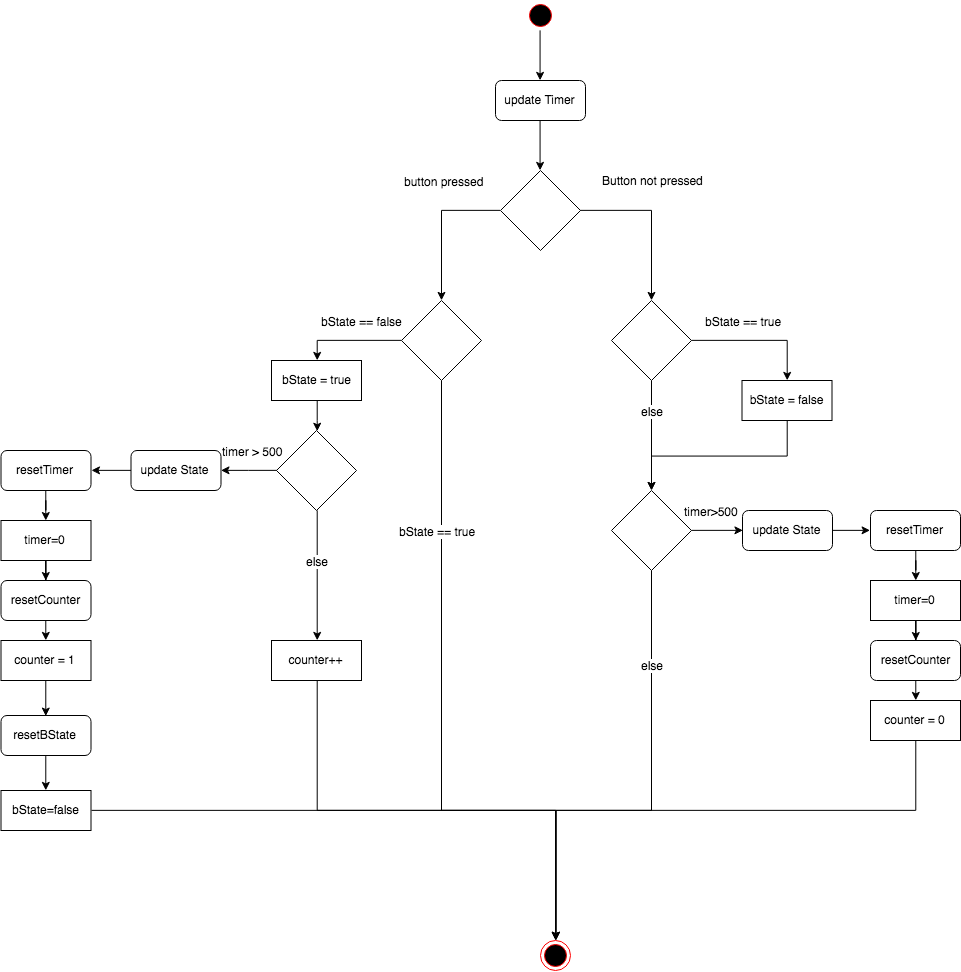
LucasCoraca/M365-Unlocked keeps this draw.io diagram as doc/classes/ActionButton.png. Above is the earlier version. Source tidied: cells renumbered, new cells last; positions are measured from the earlier drawing's top-left corner, leaving out a move shared by most shapes.
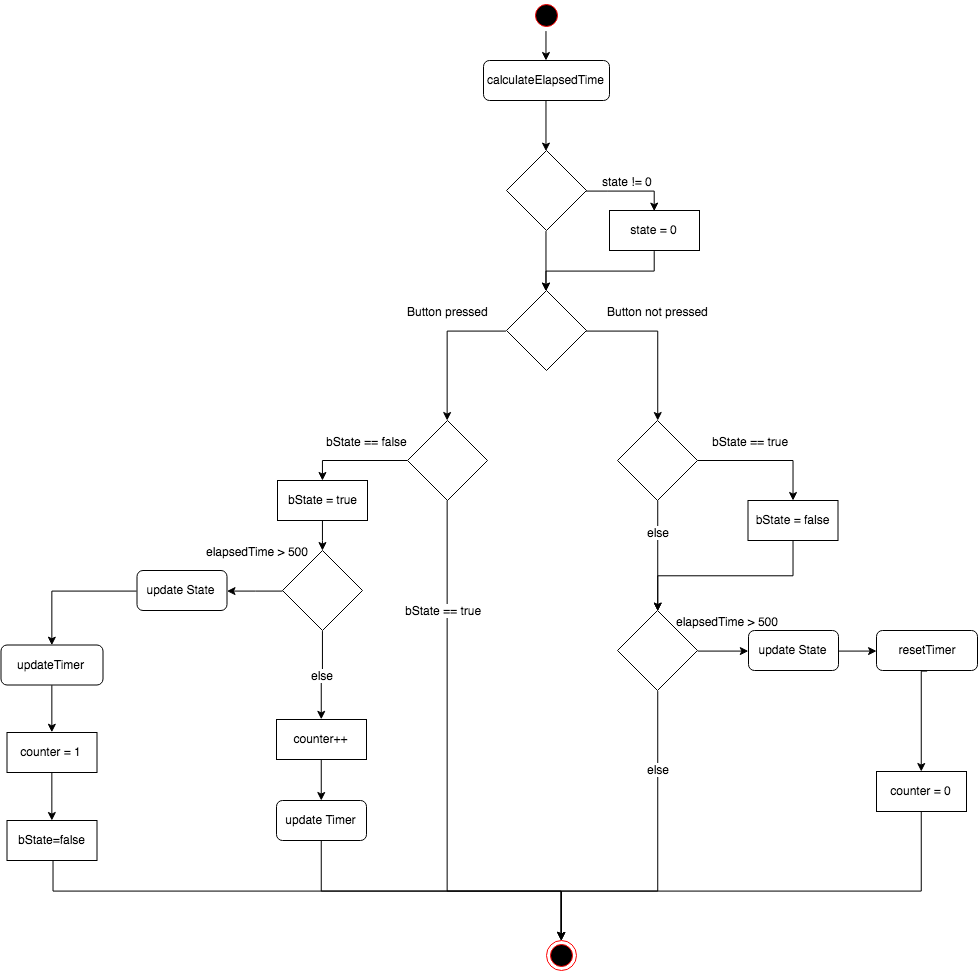
Above is the later version.

Diff of the diagram source:
```diff
@@ -2,18 +2,18 @@
   <root>
     <mxCell id="0" />
     <mxCell id="1" parent="0" />
-    <mxCell id="2" style="edgeStyle=orthogonalEdgeStyle;rounded=0;jettySize=auto;html=1;exitX=0.5;exitY=1;exitDx=0;exitDy=0;entryX=0.5;entryY=0;entryDx=0;entryDy=0;" parent="1" edge="1" source="3" target="61">
-      <mxGeometry relative="1" as="geometry" />
-    </mxCell>
+    <mxCell id="62" style="edgeStyle=orthogonalEdgeStyle;rounded=0;jettySize=auto;html=1;exitX=0.5;exitY=1;exitDx=0;exitDy=0;entryX=0.5;entryY=0;entryDx=0;entryDy=0;" parent="1" edge="1" source="3" target="70">
+      <mxGeometry relative="1" as="geometry" />
+    </mxCell>
     <mxCell id="3" style="ellipse;html=1;shape=startState;fillColor=#000000;strokeColor=#ff0000;" parent="1" vertex="1">
-      <mxGeometry x="523.5" width="30" height="30" as="geometry" />
+      <mxGeometry x="524" y="-120" width="30" height="30" as="geometry" />
     </mxCell>
     <mxCell id="4" style="edgeStyle=orthogonalEdgeStyle;rounded=0;jettySize=auto;html=1;exitX=0;exitY=0.5;exitDx=0;exitDy=0;entryX=0.5;entryY=0;entryDx=0;entryDy=0;" parent="1" edge="1" source="8" target="13">
       <mxGeometry relative="1" as="geometry" />
     </mxCell>
-    <mxCell id="5" value="button pressed" style="text;html=1;align=center;verticalAlign=middle;labelBackgroundColor=#ffffff;" parent="4" vertex="1">
+    <mxCell id="5" value="Button pressed" style="text;html=1;align=center;verticalAlign=middle;labelBackgroundColor=#ffffff;" parent="4" vertex="1">
       <mxGeometry x="-0.49" y="-3" relative="1" as="geometry">
-        <mxPoint x="-20" y="-27" as="offset" />
+        <mxPoint x="-21" y="-17.5" as="offset" />
       </mxGeometry>
     </mxCell>
     <mxCell id="6" style="edgeStyle=orthogonalEdgeStyle;rounded=0;jettySize=auto;html=1;exitX=1;exitY=0.5;exitDx=0;exitDy=0;entryX=0.5;entryY=0;entryDx=0;entryDy=0;" parent="1" edge="1" source="8" target="42">
@@ -21,7 +21,7 @@
     </mxCell>
     <mxCell id="7" value="Button not pressed" style="text;html=1;align=center;verticalAlign=middle;labelBackgroundColor=#ffffff;" parent="6" vertex="1">
       <mxGeometry x="-0.46" y="-2" relative="1" as="geometry">
-        <mxPoint x="28" y="-32.5" as="offset" />
+        <mxPoint x="28" y="-22.5" as="offset" />
       </mxGeometry>
     </mxCell>
     <mxCell id="8" style="rhombus;whiteSpace=wrap;html=1;" parent="1" vertex="1">
@@ -35,11 +35,12 @@
         <mxPoint x="10" y="-18" as="offset" />
       </mxGeometry>
     </mxCell>
-    <mxCell id="11" style="edgeStyle=orthogonalEdgeStyle;rounded=0;jettySize=auto;html=1;exitX=0.5;exitY=1;exitDx=0;exitDy=0;entryX=0.5;entryY=0;entryDx=0;entryDy=0;" parent="1" edge="1" source="13" target="18">
+    <mxCell id="11" style="edgeStyle=orthogonalEdgeStyle;rounded=0;jettySize=auto;html=1;exitX=0.5;exitY=1;exitDx=0;exitDy=0;entryX=0.5;entryY=0;entryDx=0;entryDy=0;" parent="1" edge="1" source="13">
       <mxGeometry relative="1" as="geometry">
+        <mxPoint x="554" y="820" as="targetPoint" />
         <Array as="points">
-          <mxPoint x="440" y="810" />
-          <mxPoint x="554" y="810" />
+          <mxPoint x="440" y="771" />
+          <mxPoint x="554" y="771" />
         </Array>
       </mxGeometry>
     </mxCell>
@@ -51,27 +52,18 @@
     <mxCell id="13" style="rhombus;whiteSpace=wrap;html=1;" parent="1" vertex="1">
       <mxGeometry x="400" y="300" width="80" height="80" as="geometry" />
     </mxCell>
-    <mxCell id="14" style="edgeStyle=orthogonalEdgeStyle;rounded=0;jettySize=auto;html=1;exitX=0.5;exitY=1;exitDx=0;exitDy=0;entryX=0.5;entryY=0;entryDx=0;entryDy=0;" parent="1" edge="1" source="15" target="35">
-      <mxGeometry relative="1" as="geometry" />
-    </mxCell>
-    <mxCell id="15" value="resetBState" style="rounded=1;whiteSpace=wrap;html=1;" parent="1" vertex="1">
-      <mxGeometry x="-0.5" y="715" width="90" height="40" as="geometry" />
-    </mxCell>
     <mxCell id="16" style="edgeStyle=orthogonalEdgeStyle;rounded=0;jettySize=auto;html=1;exitX=0.5;exitY=1;exitDx=0;exitDy=0;" parent="1" edge="1" source="17" target="23">
       <mxGeometry relative="1" as="geometry" />
     </mxCell>
     <mxCell id="17" value="bState = true" style="rounded=0;whiteSpace=wrap;html=1;" parent="1" vertex="1">
       <mxGeometry x="270" y="360" width="90" height="40" as="geometry" />
     </mxCell>
-    <mxCell id="18" style="ellipse;html=1;shape=endState;fillColor=#000000;strokeColor=#ff0000;" parent="1" vertex="1">
-      <mxGeometry x="539" y="940" width="30" height="30" as="geometry" />
-    </mxCell>
     <mxCell id="19" style="edgeStyle=orthogonalEdgeStyle;rounded=0;jettySize=auto;html=1;exitX=0;exitY=0.5;exitDx=0;exitDy=0;" parent="1" edge="1" source="23" target="33">
       <mxGeometry relative="1" as="geometry" />
     </mxCell>
-    <mxCell id="20" value="timer &amp;gt; 500" style="text;html=1;align=center;verticalAlign=middle;labelBackgroundColor=#ffffff;" parent="19" vertex="1">
+    <mxCell id="20" value="elapsedTime &amp;gt; 500" style="text;html=1;align=center;verticalAlign=middle;labelBackgroundColor=#ffffff;" parent="19" vertex="1">
       <mxGeometry x="-0.34" relative="1" as="geometry">
-        <mxPoint x="-7" y="-20" as="offset" />
+        <mxPoint x="-7" y="-40" as="offset" />
       </mxGeometry>
     </mxCell>
     <mxCell id="21" style="edgeStyle=orthogonalEdgeStyle;rounded=0;jettySize=auto;html=1;exitX=0.5;exitY=1;exitDx=0;exitDy=0;entryX=0.5;entryY=0;entryDx=0;entryDy=0;" parent="1" edge="1" source="23" target="37">
@@ -85,47 +77,42 @@
     <mxCell id="23" style="rhombus;whiteSpace=wrap;html=1;" parent="1" vertex="1">
       <mxGeometry x="275" y="430" width="80" height="80" as="geometry" />
     </mxCell>
-    <mxCell id="24" style="edgeStyle=orthogonalEdgeStyle;rounded=0;jettySize=auto;html=1;" parent="1" edge="1" source="25" target="31">
-      <mxGeometry relative="1" as="geometry" />
-    </mxCell>
-    <mxCell id="25" value="resetTimer" style="rounded=1;whiteSpace=wrap;html=1;" parent="1" vertex="1">
-      <mxGeometry x="-0.5" y="450" width="90" height="40" as="geometry" />
-    </mxCell>
-    <mxCell id="26" style="edgeStyle=orthogonalEdgeStyle;rounded=0;jettySize=auto;html=1;exitX=0.5;exitY=1;exitDx=0;exitDy=0;entryX=0.5;entryY=0;entryDx=0;entryDy=0;" parent="1" edge="1" source="27" target="29">
-      <mxGeometry relative="1" as="geometry" />
-    </mxCell>
-    <mxCell id="27" value="resetCounter" style="rounded=1;whiteSpace=wrap;html=1;" parent="1" vertex="1">
-      <mxGeometry x="-0.5" y="580" width="90" height="40" as="geometry" />
-    </mxCell>
-    <mxCell id="28" style="edgeStyle=orthogonalEdgeStyle;rounded=0;jettySize=auto;html=1;exitX=0.5;exitY=1;exitDx=0;exitDy=0;entryX=0.5;entryY=0;entryDx=0;entryDy=0;" parent="1" edge="1" source="29" target="15">
-      <mxGeometry relative="1" as="geometry" />
-    </mxCell>
+    <mxCell id="63" style="edgeStyle=orthogonalEdgeStyle;rounded=0;jettySize=auto;html=1;exitX=0.5;exitY=1;exitDx=0;exitDy=0;" parent="1" edge="1" source="29" target="35">
+      <mxGeometry relative="1" as="geometry" />
+    </mxCell>
     <mxCell id="29" value="counter = 1" style="rounded=0;whiteSpace=wrap;html=1;" parent="1" vertex="1">
-      <mxGeometry x="-0.5" y="640" width="90" height="40" as="geometry" />
+      <mxGeometry x="-0.5" y="612" width="90" height="40" as="geometry" />
     </mxCell>
-    <mxCell id="30" style="edgeStyle=orthogonalEdgeStyle;rounded=0;jettySize=auto;html=1;" parent="1" edge="1" source="31" target="27">
-      <mxGeometry relative="1" as="geometry" />
-    </mxCell>
+    <mxCell id="64" style="edgeStyle=orthogonalEdgeStyle;rounded=0;jettySize=auto;html=1;exitX=0.5;exitY=1;exitDx=0;exitDy=0;entryX=0.5;entryY=0;entryDx=0;entryDy=0;" parent="1" edge="1" source="31" target="29">
+      <mxGeometry relative="1" as="geometry" />
+    </mxCell>
-    <mxCell id="31" value="timer=0" style="rounded=0;whiteSpace=wrap;html=1;" parent="1" vertex="1">
-      <mxGeometry x="-0.5" y="520" width="90" height="40" as="geometry" />
+    <mxCell id="31" value="updateTimer" style="rounded=1;whiteSpace=wrap;html=1;" parent="1" vertex="1">
+      <mxGeometry x="-6.5" y="524.5" width="102" height="40" as="geometry" />
     </mxCell>
-    <mxCell id="32" style="edgeStyle=orthogonalEdgeStyle;rounded=0;jettySize=auto;html=1;exitX=0;exitY=0.5;exitDx=0;exitDy=0;entryX=1;entryY=0.5;entryDx=0;entryDy=0;" parent="1" edge="1" source="33" target="25">
-      <mxGeometry relative="1" as="geometry" />
-    </mxCell>
+    <mxCell id="65" style="edgeStyle=orthogonalEdgeStyle;rounded=0;jettySize=auto;html=1;exitX=0;exitY=0.5;exitDx=0;exitDy=0;entryX=0.5;entryY=0;entryDx=0;entryDy=0;" parent="1" edge="1" source="33" target="31">
+      <mxGeometry relative="1" as="geometry" />
+    </mxCell>
     <mxCell id="33" value="update State" style="rounded=1;whiteSpace=wrap;html=1;" parent="1" vertex="1">
       <mxGeometry x="129.5" y="450" width="90" height="40" as="geometry" />
     </mxCell>
-    <mxCell id="34" style="edgeStyle=orthogonalEdgeStyle;rounded=0;jettySize=auto;html=1;exitX=1;exitY=0.5;exitDx=0;exitDy=0;entryX=0.5;entryY=0;entryDx=0;entryDy=0;" parent="1" edge="1" source="35" target="18">
-      <mxGeometry relative="1" as="geometry" />
+    <mxCell id="34" style="edgeStyle=orthogonalEdgeStyle;rounded=0;jettySize=auto;html=1;exitX=1;exitY=0.5;exitDx=0;exitDy=0;entryX=0.5;entryY=0;entryDx=0;entryDy=0;" parent="1" edge="1" source="35">
+      <mxGeometry relative="1" as="geometry">
+        <mxPoint x="554" y="820" as="targetPoint" />
+        <Array as="points">
+          <mxPoint x="46" y="720" />
+          <mxPoint x="46" y="771" />
+          <mxPoint x="554" y="771" />
+        </Array>
+      </mxGeometry>
     </mxCell>
     <mxCell id="35" value="bState=false" style="rounded=0;whiteSpace=wrap;html=1;" parent="1" vertex="1">
-      <mxGeometry x="-0.5" y="790" width="90" height="40" as="geometry" />
+      <mxGeometry x="-0.5" y="700" width="90" height="40" as="geometry" />
     </mxCell>
-    <mxCell id="36" style="edgeStyle=orthogonalEdgeStyle;rounded=0;jettySize=auto;html=1;exitX=0.5;exitY=1;exitDx=0;exitDy=0;entryX=0.5;entryY=0;entryDx=0;entryDy=0;" parent="1" edge="1" source="37" target="18">
-      <mxGeometry relative="1" as="geometry" />
-    </mxCell>
+    <mxCell id="66" style="edgeStyle=orthogonalEdgeStyle;rounded=0;jettySize=auto;html=1;exitX=0.5;exitY=1;exitDx=0;exitDy=0;entryX=0.5;entryY=0;entryDx=0;entryDy=0;" parent="1" edge="1" source="37" target="61">
+      <mxGeometry relative="1" as="geometry" />
+    </mxCell>
     <mxCell id="37" value="counter++" style="rounded=0;whiteSpace=wrap;html=1;" parent="1" vertex="1">
-      <mxGeometry x="270" y="640" width="90" height="40" as="geometry" />
+      <mxGeometry x="269" y="599" width="90" height="40" as="geometry" />
     </mxCell>
     <mxCell id="38" style="edgeStyle=orthogonalEdgeStyle;rounded=0;jettySize=auto;html=1;exitX=1;exitY=0.5;exitDx=0;exitDy=0;entryX=0.5;entryY=0;entryDx=0;entryDy=0;" parent="1" edge="1" source="42" target="44">
       <mxGeometry relative="1" as="geometry" />
@@ -152,48 +139,42 @@
     <mxCell id="44" value="bState = false" style="rounded=0;whiteSpace=wrap;html=1;" parent="1" vertex="1">
       <mxGeometry x="740.5" y="380" width="90" height="40" as="geometry" />
     </mxCell>
-    <mxCell id="45" style="edgeStyle=orthogonalEdgeStyle;rounded=0;jettySize=auto;html=1;" parent="1" edge="1" source="46" target="52">
-      <mxGeometry relative="1" as="geometry" />
-    </mxCell>
+    <mxCell id="67" style="edgeStyle=orthogonalEdgeStyle;rounded=0;jettySize=auto;html=1;exitX=0.5;exitY=1;exitDx=0;exitDy=0;" parent="1" edge="1" source="46" target="50">
+      <mxGeometry relative="1" as="geometry">
+        <Array as="points">
+          <mxPoint x="914" y="551" />
+        </Array>
+      </mxGeometry>
+    </mxCell>
     <mxCell id="46" value="resetTimer" style="rounded=1;whiteSpace=wrap;html=1;" parent="1" vertex="1">
-      <mxGeometry x="869" y="510" width="90" height="40" as="geometry" />
+      <mxGeometry x="869" y="510" width="101" height="40" as="geometry" />
     </mxCell>
-    <mxCell id="47" style="edgeStyle=orthogonalEdgeStyle;rounded=0;jettySize=auto;html=1;exitX=0.5;exitY=1;exitDx=0;exitDy=0;entryX=0.5;entryY=0;entryDx=0;entryDy=0;" parent="1" edge="1" source="48" target="50">
-      <mxGeometry relative="1" as="geometry" />
-    </mxCell>
-    <mxCell id="48" value="resetCounter" style="rounded=1;whiteSpace=wrap;html=1;" parent="1" vertex="1">
-      <mxGeometry x="869" y="640" width="90" height="40" as="geometry" />
-    </mxCell>
-    <mxCell id="49" style="edgeStyle=orthogonalEdgeStyle;rounded=0;jettySize=auto;html=1;exitX=0.5;exitY=1;exitDx=0;exitDy=0;entryX=0.5;entryY=0;entryDx=0;entryDy=0;" parent="1" edge="1" source="50" target="18">
+    <mxCell id="49" style="edgeStyle=orthogonalEdgeStyle;rounded=0;jettySize=auto;html=1;exitX=0.5;exitY=1;exitDx=0;exitDy=0;entryX=0.5;entryY=0;entryDx=0;entryDy=0;" parent="1" edge="1" source="50">
       <mxGeometry relative="1" as="geometry">
+        <mxPoint x="554" y="820" as="targetPoint" />
         <Array as="points">
-          <mxPoint x="914" y="810" />
-          <mxPoint x="554" y="810" />
+          <mxPoint x="914" y="771" />
+          <mxPoint x="554" y="771" />
         </Array>
       </mxGeometry>
     </mxCell>
     <mxCell id="50" value="counter = 0" style="rounded=0;whiteSpace=wrap;html=1;" parent="1" vertex="1">
-      <mxGeometry x="869" y="700" width="90" height="40" as="geometry" />
+      <mxGeometry x="869" y="651" width="90" height="40" as="geometry" />
     </mxCell>
-    <mxCell id="51" style="edgeStyle=orthogonalEdgeStyle;rounded=0;jettySize=auto;html=1;" parent="1" edge="1" source="52" target="48">
-      <mxGeometry relative="1" as="geometry" />
-    </mxCell>
-    <mxCell id="52" value="timer=0" style="rounded=0;whiteSpace=wrap;html=1;" parent="1" vertex="1">
-      <mxGeometry x="869" y="580" width="90" height="40" as="geometry" />
-    </mxCell>
     <mxCell id="53" style="edgeStyle=orthogonalEdgeStyle;rounded=0;jettySize=auto;html=1;exitX=1;exitY=0.5;exitDx=0;exitDy=0;entryX=0;entryY=0.5;entryDx=0;entryDy=0;" parent="1" edge="1" source="57" target="59">
       <mxGeometry relative="1" as="geometry" />
     </mxCell>
-    <mxCell id="54" value="timer&amp;gt;500" style="text;html=1;align=center;verticalAlign=middle;labelBackgroundColor=#ffffff;" parent="53" vertex="1">
+    <mxCell id="54" value="elapsedTime &amp;gt; 500" style="text;html=1;align=center;verticalAlign=middle;labelBackgroundColor=#ffffff;" parent="53" vertex="1">
       <mxGeometry x="-0.37" relative="1" as="geometry">
-        <mxPoint x="4" y="-20" as="offset" />
+        <mxPoint x="14" y="-30" as="offset" />
       </mxGeometry>
     </mxCell>
-    <mxCell id="55" style="edgeStyle=orthogonalEdgeStyle;rounded=0;jettySize=auto;html=1;exitX=0.5;exitY=1;exitDx=0;exitDy=0;entryX=0.5;entryY=0;entryDx=0;entryDy=0;" parent="1" edge="1" source="57" target="18">
+    <mxCell id="55" style="edgeStyle=orthogonalEdgeStyle;rounded=0;jettySize=auto;html=1;exitX=0.5;exitY=1;exitDx=0;exitDy=0;entryX=0.5;entryY=0;entryDx=0;entryDy=0;" parent="1" edge="1" source="57">
       <mxGeometry relative="1" as="geometry">
+        <mxPoint x="554" y="820" as="targetPoint" />
         <Array as="points">
-          <mxPoint x="650" y="810" />
-          <mxPoint x="554" y="810" />
+          <mxPoint x="650" y="771" />
+          <mxPoint x="554" y="771" />
         </Array>
       </mxGeometry>
     </mxCell>
@@ -211,11 +192,40 @@
     <mxCell id="59" value="update State" style="rounded=1;whiteSpace=wrap;html=1;" parent="1" vertex="1">
       <mxGeometry x="741" y="510" width="90" height="40" as="geometry" />
     </mxCell>
-    <mxCell id="60" style="edgeStyle=orthogonalEdgeStyle;rounded=0;jettySize=auto;html=1;exitX=0.5;exitY=1;exitDx=0;exitDy=0;entryX=0.5;entryY=0;entryDx=0;entryDy=0;" parent="1" edge="1" source="61" target="8">
-      <mxGeometry relative="1" as="geometry" />
-    </mxCell>
+    <mxCell id="68" style="ellipse;html=1;shape=endState;fillColor=#000000;strokeColor=#ff0000;" parent="1" vertex="1">
+      <mxGeometry x="539" y="820" width="30" height="30" as="geometry" />
+    </mxCell>
+    <mxCell id="69" style="edgeStyle=orthogonalEdgeStyle;rounded=0;jettySize=auto;html=1;exitX=0.5;exitY=1;exitDx=0;exitDy=0;entryX=0.5;entryY=0;entryDx=0;entryDy=0;" parent="1" edge="1" source="70" target="75">
+      <mxGeometry relative="1" as="geometry" />
+    </mxCell>
+    <mxCell id="70" value="calculateElapsedTime" style="rounded=1;whiteSpace=wrap;html=1;" parent="1" vertex="1">
+      <mxGeometry x="476" y="-60" width="126" height="40" as="geometry" />
+    </mxCell>
+    <mxCell id="71" style="edgeStyle=orthogonalEdgeStyle;rounded=0;jettySize=auto;html=1;exitX=0.5;exitY=1;exitDx=0;exitDy=0;entryX=0.5;entryY=0;entryDx=0;entryDy=0;" parent="1" edge="1" source="61" target="68">
+      <mxGeometry relative="1" as="geometry" />
+    </mxCell>
     <mxCell id="61" value="update Timer" style="rounded=1;whiteSpace=wrap;html=1;" parent="1" vertex="1">
-      <mxGeometry x="494" y="80" width="90" height="40" as="geometry" />
+      <mxGeometry x="269" y="680" width="90" height="40" as="geometry" />
     </mxCell>
+    <mxCell id="72" style="edgeStyle=orthogonalEdgeStyle;rounded=0;jettySize=auto;html=1;exitX=0.5;exitY=1;exitDx=0;exitDy=0;entryX=0.5;entryY=0;entryDx=0;entryDy=0;" parent="1" edge="1" source="75" target="8">
+      <mxGeometry relative="1" as="geometry" />
+    </mxCell>
+    <mxCell id="73" style="edgeStyle=orthogonalEdgeStyle;rounded=0;jettySize=auto;html=1;exitX=1;exitY=0.5;exitDx=0;exitDy=0;entryX=0.5;entryY=0;entryDx=0;entryDy=0;" parent="1" edge="1" source="75" target="77">
+      <mxGeometry relative="1" as="geometry" />
+    </mxCell>
+    <mxCell id="74" value="state != 0" style="text;html=1;align=center;verticalAlign=middle;labelBackgroundColor=#ffffff;" parent="73" vertex="1">
+      <mxGeometry x="-0.33" y="5" relative="1" as="geometry">
+        <mxPoint x="12" y="-5.5" as="offset" />
+      </mxGeometry>
+    </mxCell>
+    <mxCell id="75" style="rhombus;whiteSpace=wrap;html=1;" parent="1" vertex="1">
+      <mxGeometry x="499" y="30" width="80" height="80" as="geometry" />
+    </mxCell>
+    <mxCell id="76" style="edgeStyle=orthogonalEdgeStyle;rounded=0;jettySize=auto;html=1;exitX=0.5;exitY=1;exitDx=0;exitDy=0;entryX=0.5;entryY=0;entryDx=0;entryDy=0;" parent="1" edge="1" source="77" target="8">
+      <mxGeometry relative="1" as="geometry" />
+    </mxCell>
+    <mxCell id="77" value="state = 0" style="rounded=0;whiteSpace=wrap;html=1;" parent="1" vertex="1">
+      <mxGeometry x="602" y="90" width="90" height="40" as="geometry" />
+    </mxCell>
   </root>
 </mxGraphModel>
```
